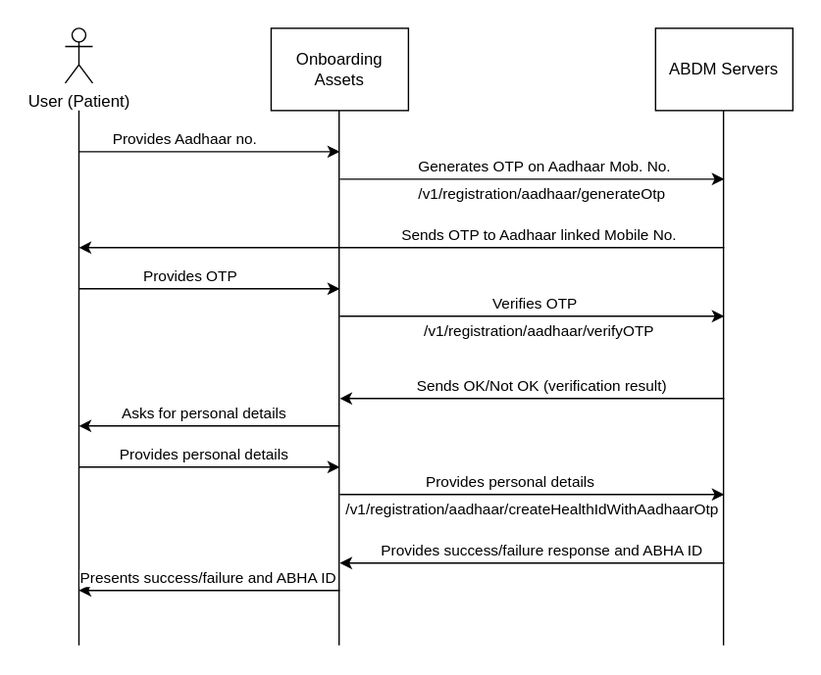
This is static/img/abdm_onboarding_patient_aadhaar.svg from tech-university-india/uhi-documentation-site, a draw.io export, as it was before one commit. Source tidied: cells renumbered, new cells last; positions are measured from the earlier drawing's top-left corner, leaving out a move shared by most shapes.
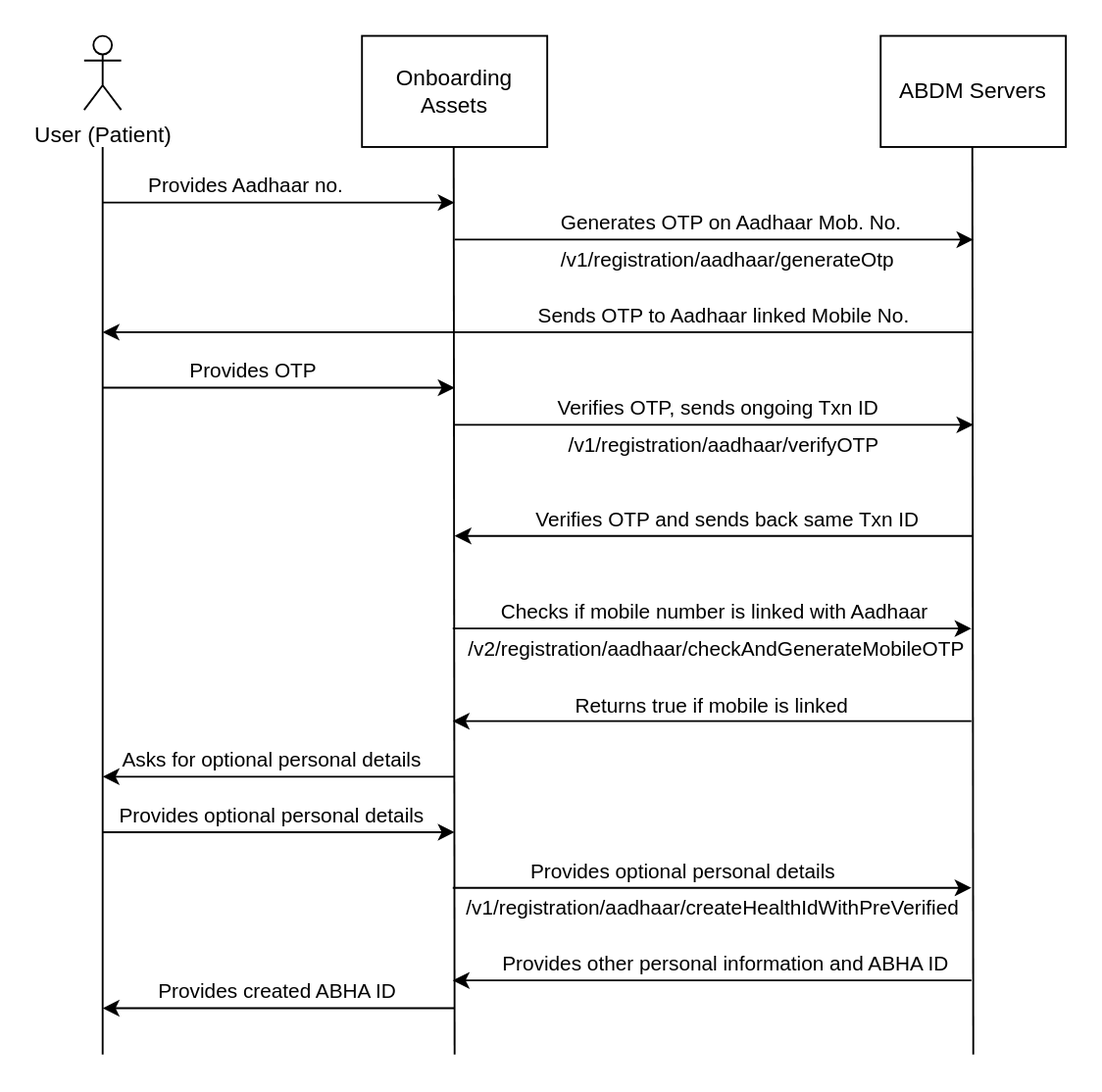
The same diagram one commit later.

Commit message:
fix: api call sequence diagrams (#4)

Change to the diagram source:
```diff
@@ -7,13 +7,13 @@
     </mxCell>
     <mxCell id="3" style="endArrow=none;html=1;rounded=0;" parent="1" edge="1">
       <mxGeometry relative="1" as="geometry">
-        <mxPoint x="199.5" y="450" as="sourcePoint" />
+        <mxPoint x="200" y="550" as="sourcePoint" />
         <mxPoint x="199.5" y="60" as="targetPoint" />
       </mxGeometry>
     </mxCell>
     <mxCell id="4" style="endArrow=none;html=1;rounded=0;" parent="1" edge="1">
       <mxGeometry relative="1" as="geometry">
-        <mxPoint x="479.5" y="450" as="sourcePoint" />
+        <mxPoint x="480" y="550" as="sourcePoint" />
         <mxPoint x="479.5" y="60" as="targetPoint" />
       </mxGeometry>
     </mxCell>
@@ -25,7 +25,7 @@
     </mxCell>
     <mxCell id="7" style="endArrow=none;html=1;rounded=0;" parent="1" edge="1">
       <mxGeometry relative="1" as="geometry">
-        <mxPoint x="10" y="450" as="sourcePoint" />
+        <mxPoint x="10" y="550" as="sourcePoint" />
         <mxPoint x="10" y="60" as="targetPoint" />
       </mxGeometry>
     </mxCell>
@@ -82,7 +82,7 @@
         <mxPoint x="480" y="210" as="targetPoint" />
       </mxGeometry>
     </mxCell>
-    <mxCell id="18" value="Verifies OTP" style="edgeLabel;html=1;align=center;verticalAlign=middle;" parent="17" vertex="1">
+    <mxCell id="18" value="Verifies OTP, sends ongoing Txn ID" style="edgeLabel;html=1;align=center;verticalAlign=middle;" parent="17" vertex="1">
       <mxGeometry x="-0.1" relative="1" as="geometry">
         <mxPoint x="15" y="-10" as="offset" />
       </mxGeometry>
@@ -96,68 +96,93 @@
         <mxPoint x="200" y="270" as="targetPoint" />
       </mxGeometry>
     </mxCell>
-    <mxCell id="21" value="Sends OK/Not OK (verification result)&lt;br&gt;" style="edgeLabel;html=1;align=center;verticalAlign=middle;" parent="20" vertex="1">
+    <mxCell id="21" value="Verifies OTP and sends back same Txn ID" style="edgeLabel;html=1;align=center;verticalAlign=middle;" parent="20" vertex="1">
       <mxGeometry x="-0.21" y="1" relative="1" as="geometry">
         <mxPoint x="-24" y="-11" as="offset" />
       </mxGeometry>
     </mxCell>
     <mxCell id="22" style="endArrow=classic;html=1;rounded=0;" parent="1" edge="1">
       <mxGeometry relative="1" as="geometry">
-        <mxPoint x="200" y="290" as="sourcePoint" />
-        <mxPoint x="10" y="290" as="targetPoint" />
+        <mxPoint x="200" y="400" as="sourcePoint" />
+        <mxPoint x="10" y="400" as="targetPoint" />
       </mxGeometry>
     </mxCell>
-    <mxCell id="23" value="Asks for personal details" style="edgeLabel;html=1;align=center;verticalAlign=middle;" parent="22" vertex="1">
+    <mxCell id="23" value="Asks for optional personal details" style="edgeLabel;html=1;align=center;verticalAlign=middle;" parent="22" vertex="1">
       <mxGeometry x="0.33" y="1" relative="1" as="geometry">
         <mxPoint x="26" y="-11" as="offset" />
       </mxGeometry>
     </mxCell>
     <mxCell id="24" style="endArrow=classic;html=1;rounded=0;" parent="1" edge="1">
       <mxGeometry relative="1" as="geometry">
-        <mxPoint x="10" y="320" as="sourcePoint" />
-        <mxPoint x="200" y="320" as="targetPoint" />
+        <mxPoint x="10" y="430" as="sourcePoint" />
+        <mxPoint x="200" y="430" as="targetPoint" />
       </mxGeometry>
     </mxCell>
-    <mxCell id="25" value="Provides personal details&lt;br&gt;" style="edgeLabel;html=1;align=center;verticalAlign=middle;" parent="24" vertex="1">
+    <mxCell id="25" value="Provides optional personal details" style="edgeLabel;html=1;align=center;verticalAlign=middle;" parent="24" vertex="1">
       <mxGeometry x="0.24" y="-1" relative="1" as="geometry">
         <mxPoint x="-28" y="-11" as="offset" />
       </mxGeometry>
     </mxCell>
     <mxCell id="26" style="endArrow=classic;html=1;rounded=0;" parent="1" edge="1">
       <mxGeometry relative="1" as="geometry">
-        <mxPoint x="200" y="340" as="sourcePoint" />
-        <mxPoint x="480" y="340" as="targetPoint" />
+        <mxPoint x="199" y="460" as="sourcePoint" />
+        <mxPoint x="479" y="460" as="targetPoint" />
       </mxGeometry>
     </mxCell>
-    <mxCell id="27" value="Provides personal details" style="edgeLabel;html=1;align=center;verticalAlign=middle;" parent="26" vertex="1">
+    <mxCell id="27" value="Provides optional personal details" style="edgeLabel;html=1;align=center;verticalAlign=middle;" parent="26" vertex="1">
       <mxGeometry x="-0.12" relative="1" as="geometry">
         <mxPoint y="-10" as="offset" />
       </mxGeometry>
     </mxCell>
-    <mxCell id="28" value="/v1/registration/aadhaar/createHealthIdWithAadhaarOtp" style="edgeLabel;html=1;align=center;verticalAlign=middle;" parent="1" vertex="1">
-      <mxGeometry x="339" y="350" as="geometry" />
+    <mxCell id="28" value="/v1/registration/aadhaar/createHealthIdWithPreVerified" style="edgeLabel;html=1;align=center;verticalAlign=middle;" parent="1" vertex="1">
+      <mxGeometry x="338" y="470" as="geometry" />
     </mxCell>
     <mxCell id="29" style="endArrow=classic;html=1;rounded=0;" parent="1" edge="1">
       <mxGeometry relative="1" as="geometry">
-        <mxPoint x="480" y="390" as="sourcePoint" />
-        <mxPoint x="200" y="390" as="targetPoint" />
+        <mxPoint x="479" y="510" as="sourcePoint" />
+        <mxPoint x="199" y="510" as="targetPoint" />
       </mxGeometry>
     </mxCell>
-    <mxCell id="30" value="Provides success/failure response and ABHA ID" style="edgeLabel;html=1;align=center;verticalAlign=middle;" parent="29" vertex="1">
+    <mxCell id="30" value="Provides other personal information and ABHA ID" style="edgeLabel;html=1;align=center;verticalAlign=middle;" parent="29" vertex="1">
       <mxGeometry x="-0.17" y="-1" relative="1" as="geometry">
         <mxPoint x="-18" y="-9" as="offset" />
       </mxGeometry>
     </mxCell>
     <mxCell id="31" style="endArrow=classic;html=1;rounded=0;" parent="1" edge="1">
       <mxGeometry relative="1" as="geometry">
-        <mxPoint x="200" y="410" as="sourcePoint" />
-        <mxPoint x="10" y="410" as="targetPoint" />
+        <mxPoint x="200" y="525" as="sourcePoint" />
+        <mxPoint x="10" y="525" as="targetPoint" />
       </mxGeometry>
     </mxCell>
-    <mxCell id="32" value="Presents success/failure and ABHA ID" style="edgeLabel;html=1;align=center;verticalAlign=middle;" parent="31" vertex="1">
+    <mxCell id="32" value="Provides created ABHA ID" style="edgeLabel;html=1;align=center;verticalAlign=middle;" parent="31" vertex="1">
       <mxGeometry x="0.34" y="2" relative="1" as="geometry">
         <mxPoint x="30" y="-12" as="offset" />
       </mxGeometry>
     </mxCell>
+    <mxCell id="33" style="endArrow=classic;html=1;rounded=0;" parent="1" edge="1">
+      <mxGeometry relative="1" as="geometry">
+        <mxPoint x="199" y="320" as="sourcePoint" />
+        <mxPoint x="479" y="320" as="targetPoint" />
+      </mxGeometry>
+    </mxCell>
+    <mxCell id="34" value="Checks if mobile number is linked with Aadhaar" style="edgeLabel;html=1;align=center;verticalAlign=middle;" parent="33" vertex="1">
+      <mxGeometry x="-0.45" relative="1" as="geometry">
+        <mxPoint x="63" y="-10" as="offset" />
+      </mxGeometry>
+    </mxCell>
+    <mxCell id="35" value="/v2/registration/aadhaar/checkAndGenerateMobileOTP" style="edgeLabel;html=1;align=center;verticalAlign=middle;" parent="33" vertex="1">
+      <mxGeometry x="0.75" y="-2" relative="1" as="geometry">
+        <mxPoint x="-104" y="8" as="offset" />
+      </mxGeometry>
+    </mxCell>
+    <mxCell id="36" style="endArrow=classic;html=1;rounded=0;" parent="1" edge="1">
+      <mxGeometry relative="1" as="geometry">
+        <mxPoint x="479" y="370" as="sourcePoint" />
+        <mxPoint x="199" y="370" as="targetPoint" />
+      </mxGeometry>
+    </mxCell>
+    <mxCell id="37" value="&lt;font style=&quot;font-size: 11px;&quot;&gt;Returns true if mobile is linked&lt;/font&gt;" style="text;html=1;strokeColor=none;fillColor=none;align=center;verticalAlign=middle;whiteSpace=wrap;rounded=0;" parent="1" vertex="1">
+      <mxGeometry x="239" y="347" width="200" height="30" as="geometry" />
+    </mxCell>
   </root>
 </mxGraphModel>
```
